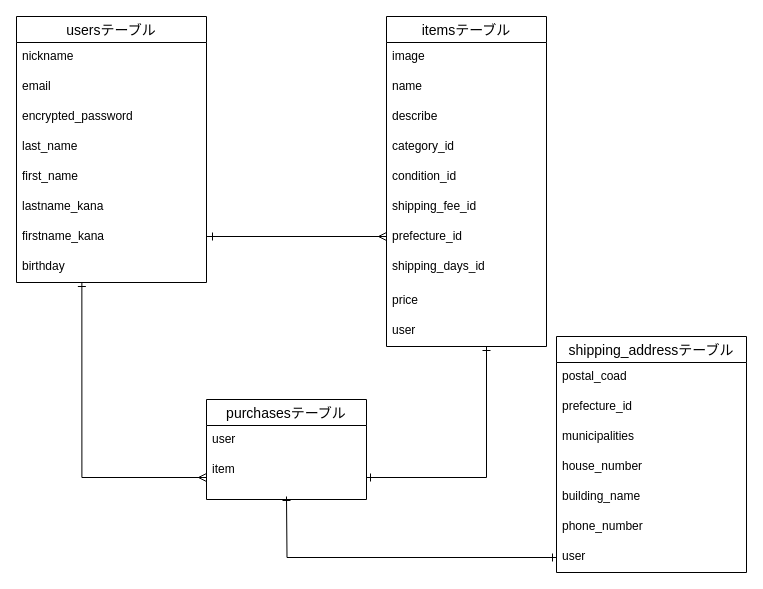
Earlier version of the draw.io diagram furima.dio (koba1011/furima-30318). Source tidied: cells renumbered, new cells numbered last; positions are measured from the earlier drawing's top-left corner, leaving out a move shared by most shapes. Both pictures are drawn from the tidied source at 100%, with x=0, y=0 at pixel (16, 16).
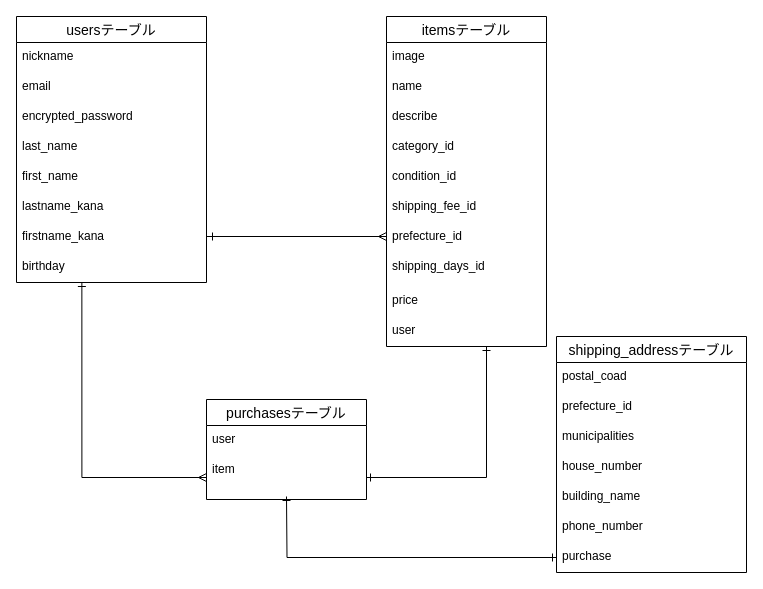
After the change.

The change refers to these unchanged cells:
```xml
<mxCell id="25" value="shipping_addressテーブル" style="swimlane;fontStyle=0;horizontal=1;startSize=26;align=center;fontSize=14;" parent="1" vertex="1">
  <mxGeometry x="540" y="320" width="190" height="236" as="geometry" />
</mxCell>
```

What changed in the source:
```diff
@@
-    <mxCell id="32" value="user" style="text;strokeColor=none;fillColor=none;spacingLeft=4;spacingRight=4;overflow=hidden;points=[[0,0.5],[1,0.5]];portConstraint=eastwest;fontSize=12;" parent="25" vertex="1">
+    <mxCell id="32" value="purchase" style="text;strokeColor=none;fillColor=none;spacingLeft=4;spacingRight=4;overflow=hidden;points=[[0,0.5],[1,0.5]];portConstraint=eastwest;fontSize=12;" parent="25" vertex="1">
       <mxGeometry y="206" width="190" height="30" as="geometry" />
     </mxCell>
```
